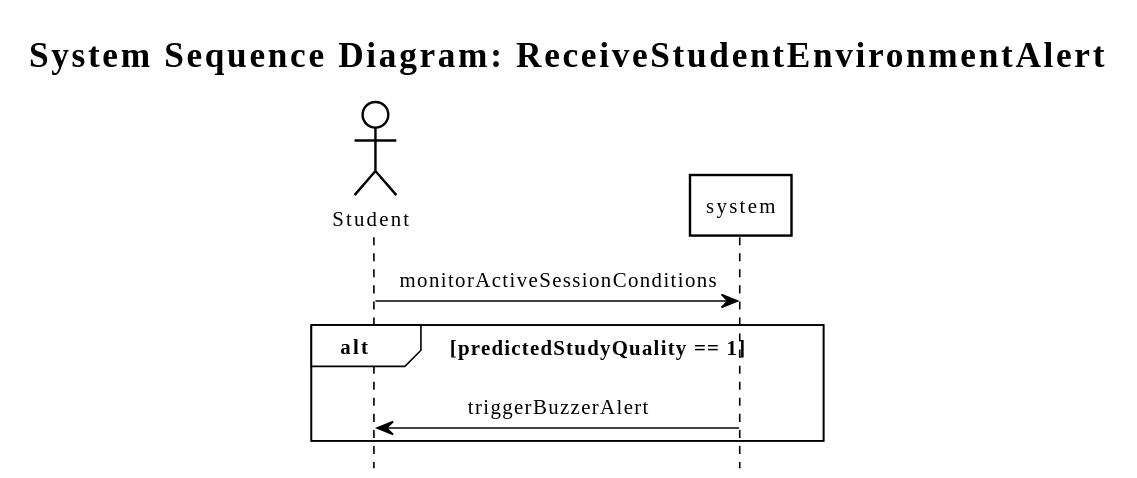
Earlier version of the PlantUML export Documentation/Analysis/ssds/StudyHelper_ReceiveStudentEnvironmentAlert.ssd.svg (SEP4Real/SEP4).
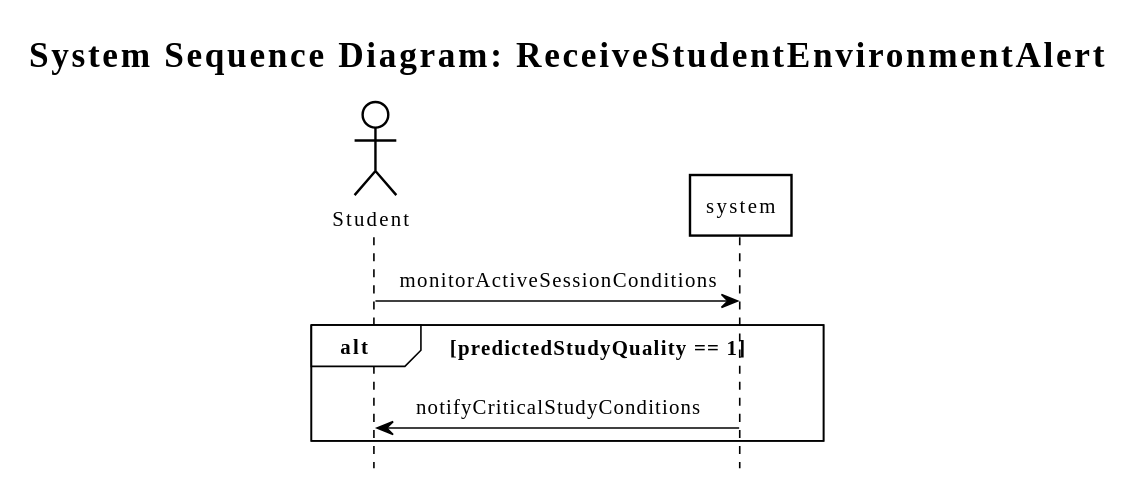
The same diagram one commit later.

The edit, as a diff of the source:
```diff
@@ -6,6 +6,6 @@
 
 Actor -> System : monitorActiveSessionConditions
 alt predictedStudyQuality == 1
-System -> Actor : triggerBuzzerAlert
+System -> Actor : notifyCriticalStudyConditions
 end
 @enduml
```
